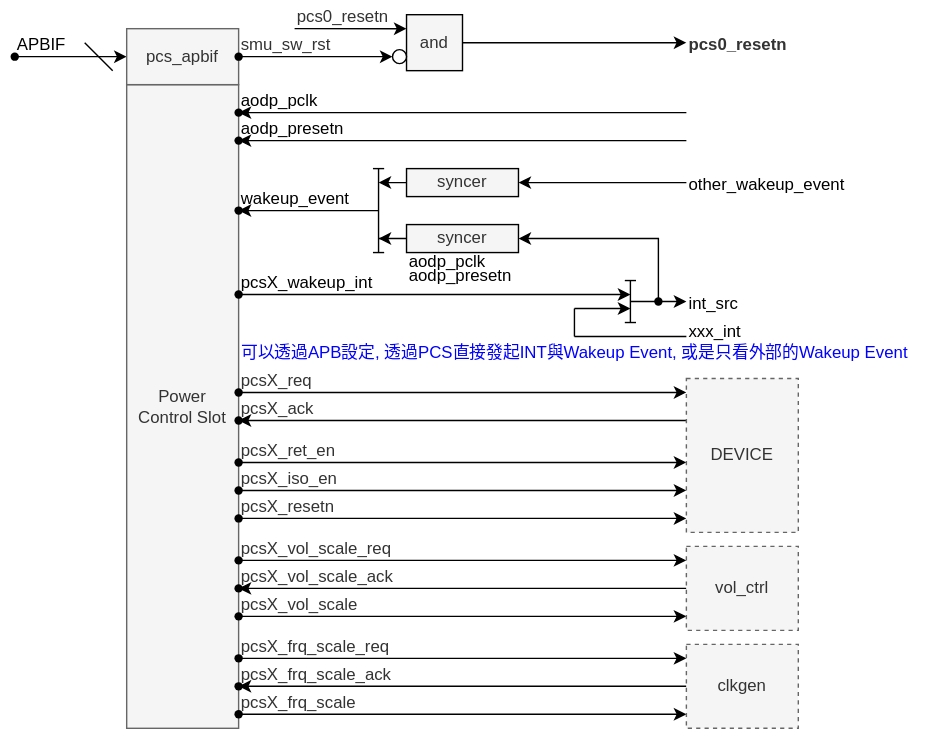
Earlier version of the draw.io export de/platform_clk_resetn_power_gen/platform/andes_solution/include/system_management_unit.svg (jnjnliwenjie0022/obs). Source tidied: cells renumbered, new cells last; positions are measured from the earlier drawing's top-left corner, leaving out a move shared by most shapes.
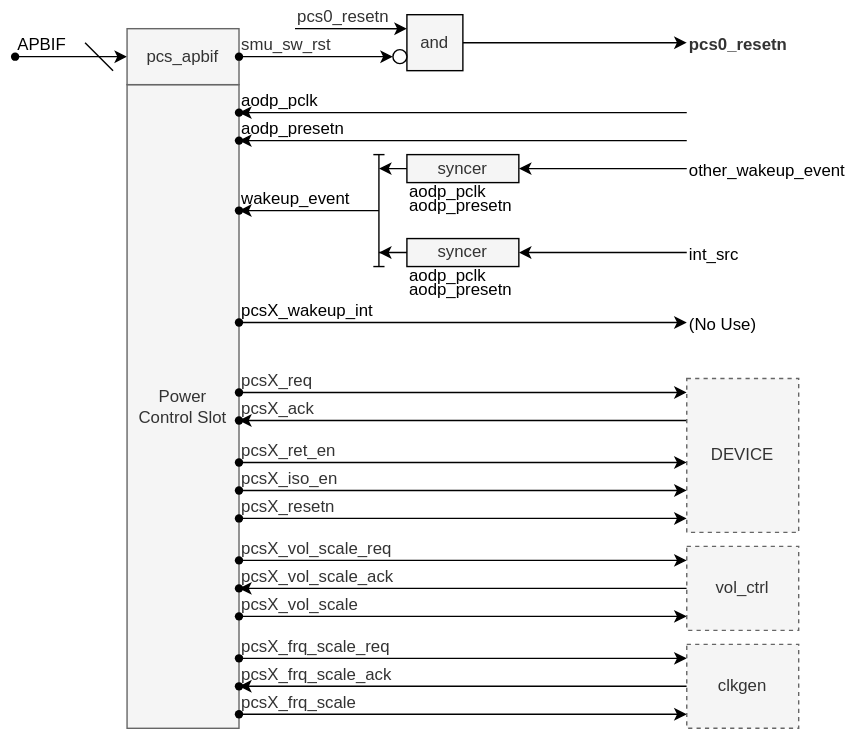
The same file after the commit.

Commit message:
vault backup: 2025-12-09 10:27:35

Diff of the diagram source:
```diff
@@ -147,15 +147,15 @@
     </mxCell>
     <mxCell id="39" style="edgeStyle=orthogonalEdgeStyle;rounded=0;orthogonalLoop=1;jettySize=auto;html=1;" parent="1" edge="1">
       <mxGeometry relative="1" as="geometry">
-        <mxPoint x="168.8" y="210" as="sourcePoint" />
-        <mxPoint x="450" y="210" as="targetPoint" />
+        <mxPoint x="168.8" y="230" as="sourcePoint" />
+        <mxPoint x="490" y="230" as="targetPoint" />
       </mxGeometry>
     </mxCell>
     <mxCell id="40" style="shape=waypoint;sketch=0;size=6;fillColor=none;perimeter=centerPerimeter;" parent="1" vertex="1">
-      <mxGeometry x="160" y="200" width="20" height="20" as="geometry" />
+      <mxGeometry x="160" y="220" width="20" height="20" as="geometry" />
     </mxCell>
     <mxCell id="41" value="&lt;span style=&quot;color: rgb(0, 0, 0); font-size: 12px; text-align: center;&quot;&gt;pcsX_wakeup_int&lt;/span&gt;" style="rounded=0;whiteSpace=wrap;html=1;fontSize=16;align=left;fillColor=none;strokeColor=none;fontColor=#333333;" parent="1" vertex="1">
-      <mxGeometry x="170" y="190" width="100" height="20" as="geometry" />
+      <mxGeometry x="170" y="210" width="100" height="20" as="geometry" />
     </mxCell>
     <mxCell id="42" style="edgeStyle=orthogonalEdgeStyle;rounded=0;jettySize=auto;html=1;" parent="1" edge="1" source="43">
       <mxGeometry relative="1" as="geometry">
@@ -177,12 +177,6 @@
     <mxCell id="46" value="DEVICE" style="rounded=0;whiteSpace=wrap;html=1;fontSize=12;align=center;fillColor=#f5f5f5;strokeColor=#666666;fontColor=#333333;dashed=1;" parent="1" vertex="1">
       <mxGeometry x="490" y="270" width="80" height="110" as="geometry" />
     </mxCell>
-    <mxCell id="47" style="edgeStyle=orthogonalEdgeStyle;rounded=0;orthogonalLoop=1;jettySize=auto;html=1;" parent="1" edge="1">
-      <mxGeometry relative="1" as="geometry">
-        <mxPoint x="450" y="215" as="sourcePoint" />
-        <mxPoint x="490" y="215" as="targetPoint" />
-      </mxGeometry>
-    </mxCell>
     <mxCell id="48" style="edgeStyle=orthogonalEdgeStyle;rounded=0;jettySize=auto;html=1;" parent="1" edge="1" target="49">
       <mxGeometry relative="1" as="geometry">
         <mxPoint x="490" y="80" as="sourcePoint" />
@@ -206,30 +200,15 @@
       <mxGeometry x="170" y="60" width="100" height="20" as="geometry" />
     </mxCell>
     <mxCell id="54" value="&lt;span style=&quot;color: rgb(0, 0, 0); font-size: 12px; text-align: center;&quot;&gt;aodp_pclk&lt;/span&gt;" style="rounded=0;whiteSpace=wrap;html=1;fontSize=16;align=left;fillColor=none;strokeColor=none;fontColor=#333333;verticalAlign=middle;" parent="1" vertex="1">
-      <mxGeometry x="290" y="180" width="100" height="10" as="geometry" />
+      <mxGeometry x="290" y="190" width="100" height="10" as="geometry" />
     </mxCell>
     <mxCell id="55" value="&lt;span style=&quot;color: rgb(0, 0, 0); font-size: 12px; text-align: center;&quot;&gt;aodp_presetn&lt;/span&gt;" style="rounded=0;whiteSpace=wrap;html=1;fontSize=16;align=left;fillColor=none;strokeColor=none;fontColor=#333333;verticalAlign=middle;" parent="1" vertex="1">
-      <mxGeometry x="290" y="190" width="100" height="10" as="geometry" />
+      <mxGeometry x="290" y="200" width="100" height="10" as="geometry" />
     </mxCell>
-    <mxCell id="56" style="edgeStyle=orthogonalEdgeStyle;rounded=0;orthogonalLoop=1;jettySize=auto;html=1;entryX=0.607;entryY=0.603;entryDx=0;entryDy=0;entryPerimeter=0;startArrow=baseDash;startFill=0;endArrow=baseDash;endFill=0;" parent="1" edge="1">
-      <mxGeometry relative="1" as="geometry">
-        <mxPoint x="450" y="200" as="sourcePoint" />
-        <mxPoint x="450" y="230" as="targetPoint" />
-      </mxGeometry>
-    </mxCell>
-    <mxCell id="57" style="edgeStyle=orthogonalEdgeStyle;rounded=0;orthogonalLoop=1;jettySize=auto;html=1;" parent="1" edge="1">
-      <mxGeometry relative="1" as="geometry">
-        <mxPoint x="410" y="220" as="sourcePoint" />
-        <mxPoint x="450" y="220" as="targetPoint" />
-      </mxGeometry>
-    </mxCell>
-    <mxCell id="58" value="&lt;span style=&quot;color: rgb(0, 0, 0); font-size: 12px; text-align: center;&quot;&gt;xxx_int&lt;/span&gt;" style="rounded=0;whiteSpace=wrap;html=1;fontSize=16;align=left;fillColor=none;strokeColor=none;fontColor=#333333;" parent="1" vertex="1">
-      <mxGeometry x="490" y="225" width="50" height="20" as="geometry" />
-    </mxCell>
     <mxCell id="59" style="edgeStyle=orthogonalEdgeStyle;rounded=0;orthogonalLoop=1;jettySize=auto;html=1;startArrow=baseDash;startFill=0;endArrow=baseDash;endFill=0;" parent="1" edge="1">
       <mxGeometry relative="1" as="geometry">
-        <mxPoint x="270" y="120" as="sourcePoint" />
-        <mxPoint x="270" y="180" as="targetPoint" />
+        <mxPoint x="270" y="110" as="sourcePoint" />
+        <mxPoint x="270" y="190" as="targetPoint" />
         <Array as="points">
           <mxPoint x="270" y="155" />
           <mxPoint x="270" y="155" />
@@ -238,30 +217,25 @@
     </mxCell>
     <mxCell id="60" style="edgeStyle=orthogonalEdgeStyle;rounded=0;orthogonalLoop=1;jettySize=auto;html=1;" parent="1" edge="1">
       <mxGeometry relative="1" as="geometry">
-        <mxPoint x="310" y="130" as="sourcePoint" />
-        <mxPoint x="270" y="130" as="targetPoint" />
+        <mxPoint x="310" y="120" as="sourcePoint" />
+        <mxPoint x="270" y="120" as="targetPoint" />
         <Array as="points">
-          <mxPoint x="300" y="130" />
-          <mxPoint x="300" y="130" />
+          <mxPoint x="300" y="120" />
+          <mxPoint x="300" y="120" />
         </Array>
       </mxGeometry>
     </mxCell>
-    <mxCell id="61" style="shape=waypoint;sketch=0;size=6;points=[];fillColor=none;perimeter=centerPerimeter;snapToPoint=1;" parent="1" vertex="1">
-      <mxGeometry x="460" y="205" width="20" height="20" as="geometry" />
-    </mxCell>
-    <mxCell id="62" style="edgeStyle=orthogonalEdgeStyle;rounded=0;jettySize=auto;html=1;endArrow=classic;endFill=1;entryX=1;entryY=0.5;entryDx=0;entryDy=0;" parent="1" edge="1" source="61" target="79">
+    <mxCell id="62" style="edgeStyle=orthogonalEdgeStyle;rounded=0;jettySize=auto;html=1;endArrow=classic;endFill=1;entryX=1;entryY=0.5;entryDx=0;entryDy=0;" parent="1" edge="1" target="79">
       <mxGeometry relative="1" as="geometry">
+        <mxPoint x="490" y="180" as="sourcePoint" />
         <Array as="points">
-          <mxPoint x="470" y="170" />
+          <mxPoint x="470" y="180" />
         </Array>
       </mxGeometry>
     </mxCell>
     <mxCell id="63" value="&lt;div style=&quot;text-align: center;&quot;&gt;&lt;span style=&quot;background-color: transparent; font-size: 12px;&quot;&gt;&lt;font color=&quot;#000000&quot;&gt;other_wakeup_event&lt;/font&gt;&lt;/span&gt;&lt;/div&gt;" style="rounded=0;whiteSpace=wrap;html=1;fontSize=16;align=left;fillColor=none;strokeColor=none;fontColor=#333333;" parent="1" vertex="1">
-      <mxGeometry x="490" y="120" width="100" height="20" as="geometry" />
+      <mxGeometry x="490" y="110" width="100" height="20" as="geometry" />
     </mxCell>
-    <mxCell id="64" value="&lt;div style=&quot;text-align: center;&quot;&gt;&lt;span style=&quot;background-color: transparent; font-size: 12px;&quot;&gt;&lt;font color=&quot;#000000&quot;&gt;int_src&lt;/font&gt;&lt;/span&gt;&lt;/div&gt;" style="rounded=0;whiteSpace=wrap;html=1;fontSize=16;align=left;fillColor=none;strokeColor=none;fontColor=#333333;" parent="1" vertex="1">
-      <mxGeometry x="490" y="205" width="100" height="20" as="geometry" />
-    </mxCell>
     <mxCell id="65" value="pcs_apbif" style="rounded=0;whiteSpace=wrap;html=1;fontSize=12;align=center;fillColor=#f5f5f5;strokeColor=#666666;fontColor=#333333;" parent="1" vertex="1">
       <mxGeometry x="90" y="20" width="80" height="40" as="geometry" />
     </mxCell>
@@ -296,42 +270,39 @@
     <mxCell id="74" style="ellipse;whiteSpace=wrap;html=1;" parent="1" vertex="1">
       <mxGeometry x="280" y="35" width="10" height="10" as="geometry" />
     </mxCell>
-    <mxCell id="75" value="&lt;div style=&quot;text-align: center;&quot;&gt;&lt;span style=&quot;background-color: transparent; font-size: 12px;&quot;&gt;&lt;font style=&quot;color: rgb(0, 0, 255);&quot;&gt;可以透過APB設定,&amp;nbsp;透過PCS直接發起INT與&lt;/font&gt;&lt;/span&gt;&lt;span style=&quot;color: rgb(0, 0, 255); font-size: 12px; background-color: transparent;&quot;&gt;Wakeup&amp;nbsp;Event&lt;/span&gt;&lt;span style=&quot;color: rgb(0, 0, 255); background-color: transparent; font-size: 12px;&quot;&gt;,&amp;nbsp;或是只看外部的Wakeup&amp;nbsp;Event&lt;/span&gt;&lt;/div&gt;" style="rounded=0;whiteSpace=wrap;html=1;fontSize=16;align=left;fillColor=none;strokeColor=none;fontColor=#333333;" parent="1" vertex="1">
-      <mxGeometry x="170" y="240" width="490" height="20" as="geometry" />
-    </mxCell>
     <mxCell id="76" style="edgeStyle=orthogonalEdgeStyle;rounded=0;jettySize=auto;html=1;entryX=1;entryY=0.5;entryDx=0;entryDy=0;" parent="1" edge="1" target="77">
       <mxGeometry relative="1" as="geometry">
-        <mxPoint x="490" y="130" as="sourcePoint" />
+        <mxPoint x="490" y="120" as="sourcePoint" />
       </mxGeometry>
     </mxCell>
     <mxCell id="77" value="syncer" style="rounded=0;whiteSpace=wrap;html=1;fontSize=12;align=center;fillColor=#f5f5f5;strokeColor=default;fontColor=#333333;" parent="1" vertex="1">
-      <mxGeometry x="290" y="120" width="80" height="20" as="geometry" />
+      <mxGeometry x="290" y="110" width="80" height="20" as="geometry" />
     </mxCell>
     <mxCell id="78" style="edgeStyle=orthogonalEdgeStyle;rounded=0;jettySize=auto;html=1;" parent="1" edge="1" source="79">
       <mxGeometry relative="1" as="geometry">
-        <mxPoint x="270" y="170" as="targetPoint" />
+        <mxPoint x="270" y="180" as="targetPoint" />
       </mxGeometry>
     </mxCell>
     <mxCell id="79" value="syncer" style="rounded=0;whiteSpace=wrap;html=1;fontSize=12;align=center;fillColor=#f5f5f5;strokeColor=default;fontColor=#333333;" parent="1" vertex="1">
-      <mxGeometry x="290" y="160" width="80" height="20" as="geometry" />
+      <mxGeometry x="290" y="170" width="80" height="20" as="geometry" />
     </mxCell>
-    <mxCell id="80" style="edgeStyle=orthogonalEdgeStyle;rounded=0;orthogonalLoop=1;jettySize=auto;html=1;endArrow=none;endFill=0;" parent="1" edge="1">
-      <mxGeometry relative="1" as="geometry">
-        <mxPoint x="410" y="220" as="sourcePoint" />
-        <mxPoint x="410" y="240" as="targetPoint" />
-      </mxGeometry>
-    </mxCell>
-    <mxCell id="81" style="edgeStyle=orthogonalEdgeStyle;rounded=0;orthogonalLoop=1;jettySize=auto;html=1;endArrow=none;endFill=0;" parent="1" edge="1">
-      <mxGeometry relative="1" as="geometry">
-        <mxPoint x="490" y="240" as="sourcePoint" />
-        <mxPoint x="410" y="240" as="targetPoint" />
-      </mxGeometry>
-    </mxCell>
     <mxCell id="82" value="vol_ctrl" style="rounded=0;whiteSpace=wrap;html=1;fontSize=12;align=center;fillColor=#f5f5f5;strokeColor=#666666;fontColor=#333333;dashed=1;" parent="1" vertex="1">
       <mxGeometry x="490" y="390" width="80" height="60" as="geometry" />
     </mxCell>
     <mxCell id="83" value="clkgen" style="rounded=0;whiteSpace=wrap;html=1;fontSize=12;align=center;fillColor=#f5f5f5;strokeColor=#666666;fontColor=#333333;dashed=1;" parent="1" vertex="1">
       <mxGeometry x="490" y="460" width="80" height="60" as="geometry" />
     </mxCell>
+    <mxCell id="84" value="&lt;span style=&quot;color: rgb(0, 0, 0); font-size: 12px; text-align: center;&quot;&gt;aodp_pclk&lt;/span&gt;" style="rounded=0;whiteSpace=wrap;html=1;fontSize=16;align=left;fillColor=none;strokeColor=none;fontColor=#333333;verticalAlign=middle;" parent="1" vertex="1">
+      <mxGeometry x="290" y="130" width="100" height="10" as="geometry" />
+    </mxCell>
+    <mxCell id="85" value="&lt;span style=&quot;color: rgb(0, 0, 0); font-size: 12px; text-align: center;&quot;&gt;aodp_presetn&lt;/span&gt;" style="rounded=0;whiteSpace=wrap;html=1;fontSize=16;align=left;fillColor=none;strokeColor=none;fontColor=#333333;verticalAlign=middle;" parent="1" vertex="1">
+      <mxGeometry x="290" y="140" width="100" height="10" as="geometry" />
+    </mxCell>
+    <mxCell id="64" value="&lt;div style=&quot;text-align: center;&quot;&gt;&lt;span style=&quot;color: rgb(0, 0, 0); font-size: 12px;&quot;&gt;int_src&lt;/span&gt;&lt;/div&gt;" style="rounded=0;whiteSpace=wrap;html=1;fontSize=16;align=left;fillColor=none;strokeColor=none;fontColor=#333333;" parent="1" vertex="1">
+      <mxGeometry x="490" y="170" width="40" height="20" as="geometry" />
+    </mxCell>
+    <mxCell id="86" value="&lt;span style=&quot;color: rgb(0, 0, 0); font-size: 12px; text-align: center;&quot;&gt;(No&amp;nbsp;Use)&lt;/span&gt;" style="rounded=0;whiteSpace=wrap;html=1;fontSize=16;align=left;fillColor=none;strokeColor=none;fontColor=#333333;" parent="1" vertex="1">
+      <mxGeometry x="490" y="220" width="100" height="20" as="geometry" />
+    </mxCell>
   </root>
 </mxGraphModel>
```
